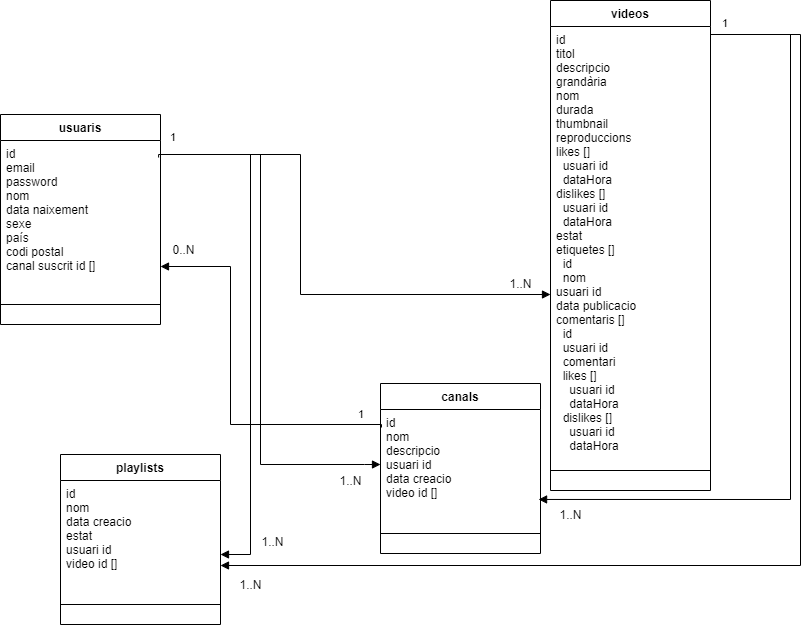
Above: youtube.drawio.png in fidelb/bActiva1 (draw.io), before the change. Source tidied: cells renumbered, new cells last; positions are measured from the earlier drawing's top-left corner, leaving out a move shared by most shapes. Its diagram source:
```xml
<mxGraphModel>
  <root>
    <mxCell id="0" />
    <mxCell id="1" parent="0" />
    <mxCell id="2" value="videos" style="swimlane;fontStyle=1;align=center;verticalAlign=top;horizontal=1;startSize=26;" parent="1" vertex="1">
      <mxGeometry x="600" width="160" height="490" as="geometry" />
    </mxCell>
    <mxCell id="3" value="id&#10;titol&#10;descripcio&#10;grandària&#10;nom&#10;durada&#10;thumbnail&#10;reproduccions&#10;likes []&#10;  usuari id&#10;  dataHora&#10;dislikes []&#10;  usuari id&#10;  dataHora&#10;estat&#10;etiquetes []&#10;  id&#10;  nom&#10;usuari id&#10;data publicacio&#10;comentaris []&#10;  id&#10;  usuari id&#10;  comentari&#10;  likes []&#10;    usuari id&#10;    dataHora&#10;  dislikes []&#10;    usuari id&#10;    dataHora&#10;" style="text;strokeColor=none;fillColor=none;align=left;verticalAlign=top;spacingLeft=4;spacingRight=4;overflow=hidden;" parent="2" vertex="1">
      <mxGeometry y="26" width="160" height="424" as="geometry" />
    </mxCell>
    <mxCell id="4" style="line;strokeWidth=1;fillColor=none;align=left;verticalAlign=middle;spacingTop=-1;spacingLeft=3;spacingRight=3;labelPosition=right;" parent="2" vertex="1">
      <mxGeometry y="450" width="160" height="40" as="geometry" />
    </mxCell>
    <mxCell id="5" value="1" style="edgeLabel;html=1;align=left;verticalAlign=bottom;" parent="1" vertex="1">
      <mxGeometry y="134" as="geometry">
        <mxPoint x="218" y="11" as="offset" />
      </mxGeometry>
    </mxCell>
    <mxCell id="6" value="playlists" style="swimlane;fontStyle=1;align=center;verticalAlign=top;horizontal=1;startSize=26;" parent="1" vertex="1">
      <mxGeometry x="110" y="454" width="160" height="170" as="geometry" />
    </mxCell>
    <mxCell id="7" value="id&#10;nom&#10;data creacio &#10;estat&#10;usuari id&#10;video id []&#10;" style="text;strokeColor=none;fillColor=none;align=left;verticalAlign=top;spacingLeft=4;spacingRight=4;overflow=hidden;" parent="6" vertex="1">
      <mxGeometry y="26" width="160" height="104" as="geometry" />
    </mxCell>
    <mxCell id="8" style="line;strokeWidth=1;fillColor=none;align=left;verticalAlign=middle;spacingTop=-1;spacingLeft=3;spacingRight=3;labelPosition=right;" parent="6" vertex="1">
      <mxGeometry y="130" width="160" height="40" as="geometry" />
    </mxCell>
    <mxCell id="9" value="usuaris" style="swimlane;fontStyle=1;align=center;verticalAlign=top;horizontal=1;startSize=26;" parent="1" vertex="1">
      <mxGeometry x="50" y="114" width="160" height="210" as="geometry" />
    </mxCell>
    <mxCell id="10" value="id&#10;email&#10;password&#10;nom &#10;data naixement&#10;sexe&#10;país&#10;codi postal&#10;canal suscrit id []" style="text;strokeColor=none;fillColor=none;align=left;verticalAlign=top;spacingLeft=4;spacingRight=4;overflow=hidden;points=[[0,0.5],[1,0.5]];portConstraint=eastwest;" parent="9" vertex="1">
      <mxGeometry y="26" width="160" height="144" as="geometry" />
    </mxCell>
    <mxCell id="11" style="line;strokeWidth=1;fillColor=none;align=left;verticalAlign=middle;spacingTop=-1;spacingLeft=3;spacingRight=3;labelPosition=right;" parent="9" vertex="1">
      <mxGeometry y="170" width="160" height="40" as="geometry" />
    </mxCell>
    <mxCell id="12" style="endArrow=block;endFill=1;html=1;edgeStyle=orthogonalEdgeStyle;align=left;verticalAlign=top;rounded=0;exitX=0.988;exitY=0.118;exitDx=0;exitDy=0;exitPerimeter=0;" parent="1" edge="1" source="10">
      <mxGeometry x="-1" relative="1" as="geometry">
        <mxPoint x="600" y="294" as="targetPoint" />
        <Array as="points">
          <mxPoint x="208" y="154" />
          <mxPoint x="350" y="154" />
          <mxPoint x="350" y="294" />
          <mxPoint x="600" y="294" />
        </Array>
      </mxGeometry>
    </mxCell>
    <mxCell id="13" value="canals" style="swimlane;fontStyle=1;align=center;verticalAlign=top;horizontal=1;startSize=26;" parent="1" vertex="1">
      <mxGeometry x="430" y="383" width="160" height="170" as="geometry" />
    </mxCell>
    <mxCell id="14" value="id&#10;nom&#10;descripcio&#10;usuari id&#10;data creacio&#10;video id []" style="text;strokeColor=none;fillColor=none;align=left;verticalAlign=top;spacingLeft=4;spacingRight=4;overflow=hidden;points=[[0,0.5],[1,0.5]];portConstraint=eastwest;" parent="13" vertex="1">
      <mxGeometry y="26" width="160" height="104" as="geometry" />
    </mxCell>
    <mxCell id="15" style="line;strokeWidth=1;fillColor=none;align=left;verticalAlign=middle;spacingTop=-1;spacingLeft=3;spacingRight=3;labelPosition=right;" parent="13" vertex="1">
      <mxGeometry y="130" width="160" height="40" as="geometry" />
    </mxCell>
    <mxCell id="16" style="endArrow=block;endFill=1;html=1;edgeStyle=orthogonalEdgeStyle;align=left;verticalAlign=top;rounded=0;" parent="1" edge="1">
      <mxGeometry x="-1" relative="1" as="geometry">
        <mxPoint x="220" y="154" as="sourcePoint" />
        <mxPoint x="430" y="464" as="targetPoint" />
        <Array as="points">
          <mxPoint x="310" y="154" />
          <mxPoint x="310" y="464" />
          <mxPoint x="414" y="464" />
        </Array>
      </mxGeometry>
    </mxCell>
    <mxCell id="17" value="1..N" style="text;html=1;align=center;verticalAlign=middle;fillColor=none;strokeColor=none;rounded=0;" parent="1" vertex="1">
      <mxGeometry x="550" y="273" width="40" height="20" as="geometry" />
    </mxCell>
    <mxCell id="18" value="1..N" style="text;html=1;align=center;verticalAlign=middle;fillColor=none;strokeColor=none;rounded=0;" parent="1" vertex="1">
      <mxGeometry x="380" y="470" width="40" height="20" as="geometry" />
    </mxCell>
    <mxCell id="19" value="1..N" style="text;html=1;align=center;verticalAlign=middle;fillColor=none;strokeColor=none;rounded=0;" parent="1" vertex="1">
      <mxGeometry x="302" y="531" width="40" height="20" as="geometry" />
    </mxCell>
    <mxCell id="20" style="endArrow=block;endFill=1;html=1;edgeStyle=orthogonalEdgeStyle;align=left;verticalAlign=top;rounded=0;" parent="1" edge="1">
      <mxGeometry x="-1" relative="1" as="geometry">
        <mxPoint x="210" y="154" as="sourcePoint" />
        <mxPoint x="270" y="554" as="targetPoint" />
        <Array as="points">
          <mxPoint x="300" y="154" />
          <mxPoint x="300" y="554" />
          <mxPoint x="270" y="554" />
        </Array>
      </mxGeometry>
    </mxCell>
    <mxCell id="21" style="endArrow=block;endFill=1;html=1;edgeStyle=orthogonalEdgeStyle;align=left;verticalAlign=top;rounded=0;" parent="1" edge="1">
      <mxGeometry x="-1" relative="1" as="geometry">
        <mxPoint x="760" y="34" as="sourcePoint" />
        <mxPoint x="270" y="565" as="targetPoint" />
        <Array as="points">
          <mxPoint x="850" y="34" />
          <mxPoint x="850" y="565" />
        </Array>
      </mxGeometry>
    </mxCell>
    <mxCell id="22" value="1..N" style="text;html=1;align=center;verticalAlign=middle;fillColor=none;strokeColor=none;rounded=0;" parent="1" vertex="1">
      <mxGeometry x="280" y="574" width="40" height="20" as="geometry" />
    </mxCell>
    <mxCell id="23" value="1" style="edgeLabel;html=1;align=left;verticalAlign=bottom;" parent="1" vertex="1">
      <mxGeometry x="552" y="20" as="geometry">
        <mxPoint x="218" y="11" as="offset" />
      </mxGeometry>
    </mxCell>
    <mxCell id="24" style="endArrow=block;endFill=1;html=1;edgeStyle=orthogonalEdgeStyle;align=left;verticalAlign=top;rounded=0;entryX=0.988;entryY=0.865;entryDx=0;entryDy=0;entryPerimeter=0;" parent="1" edge="1" target="14">
      <mxGeometry x="-1" relative="1" as="geometry">
        <mxPoint x="760" y="34" as="sourcePoint" />
        <Array as="points">
          <mxPoint x="840" y="34" />
          <mxPoint x="840" y="499" />
        </Array>
      </mxGeometry>
    </mxCell>
    <mxCell id="25" value="1..N" style="text;html=1;align=center;verticalAlign=middle;fillColor=none;strokeColor=none;rounded=0;" parent="1" vertex="1">
      <mxGeometry x="600" y="504" width="40" height="20" as="geometry" />
    </mxCell>
    <mxCell id="26" style="endArrow=block;endFill=1;html=1;edgeStyle=orthogonalEdgeStyle;align=left;verticalAlign=top;rounded=0;exitX=0.006;exitY=0.173;exitDx=0;exitDy=0;exitPerimeter=0;" parent="1" edge="1" source="14">
      <mxGeometry x="-1" relative="1" as="geometry">
        <mxPoint x="210" y="266" as="targetPoint" />
        <Array as="points">
          <mxPoint x="431" y="424" />
          <mxPoint x="280" y="424" />
          <mxPoint x="280" y="266" />
        </Array>
      </mxGeometry>
    </mxCell>
    <mxCell id="27" value="0..N" style="text;html=1;align=center;verticalAlign=middle;fillColor=none;strokeColor=none;rounded=0;" parent="1" vertex="1">
      <mxGeometry x="213" y="239" width="40" height="20" as="geometry" />
    </mxCell>
    <mxCell id="28" value="1" style="edgeLabel;html=1;align=left;verticalAlign=bottom;" parent="1" vertex="1">
      <mxGeometry x="188" y="411" as="geometry">
        <mxPoint x="218" y="11" as="offset" />
      </mxGeometry>
    </mxCell>
  </root>
</mxGraphModel>
```
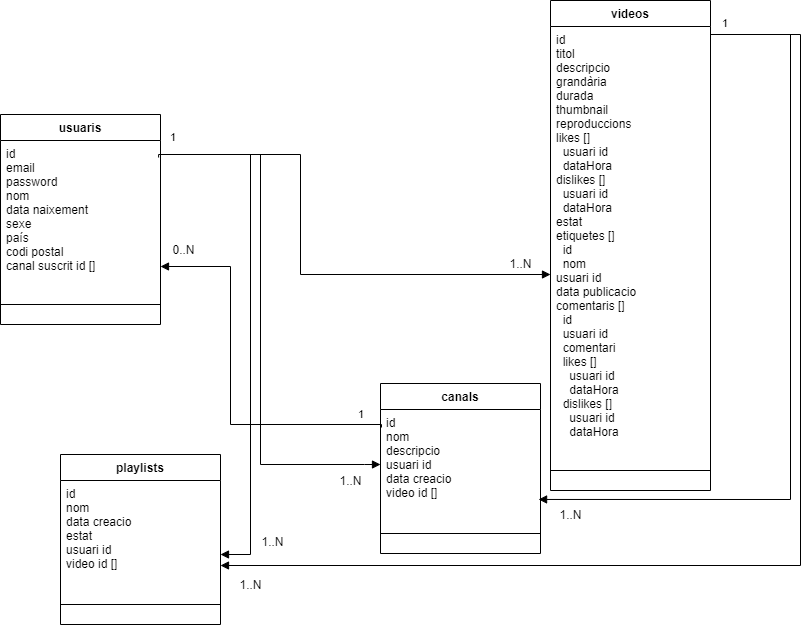
The same file after the commit.

Change to the diagram source:
```diff
@@ -5,7 +5,7 @@
     <mxCell id="2" value="videos" style="swimlane;fontStyle=1;align=center;verticalAlign=top;horizontal=1;startSize=26;" parent="1" vertex="1">
       <mxGeometry x="600" width="160" height="490" as="geometry" />
     </mxCell>
-    <mxCell id="3" value="id&#10;titol&#10;descripcio&#10;grandària&#10;nom&#10;durada&#10;thumbnail&#10;reproduccions&#10;likes []&#10;  usuari id&#10;  dataHora&#10;dislikes []&#10;  usuari id&#10;  dataHora&#10;estat&#10;etiquetes []&#10;  id&#10;  nom&#10;usuari id&#10;data publicacio&#10;comentaris []&#10;  id&#10;  usuari id&#10;  comentari&#10;  likes []&#10;    usuari id&#10;    dataHora&#10;  dislikes []&#10;    usuari id&#10;    dataHora&#10;" style="text;strokeColor=none;fillColor=none;align=left;verticalAlign=top;spacingLeft=4;spacingRight=4;overflow=hidden;" parent="2" vertex="1">
+    <mxCell id="3" value="id&#10;titol&#10;descripcio&#10;grandària&#10;durada&#10;thumbnail&#10;reproduccions&#10;likes []&#10;  usuari id&#10;  dataHora&#10;dislikes []&#10;  usuari id&#10;  dataHora&#10;estat&#10;etiquetes []&#10;  id&#10;  nom&#10;usuari id&#10;data publicacio&#10;comentaris []&#10;  id&#10;  usuari id&#10;  comentari&#10;  likes []&#10;    usuari id&#10;    dataHora&#10;  dislikes []&#10;    usuari id&#10;    dataHora&#10;" style="text;strokeColor=none;fillColor=none;align=left;verticalAlign=top;spacingLeft=4;spacingRight=4;overflow=hidden;" parent="2" vertex="1">
       <mxGeometry y="26" width="160" height="424" as="geometry" />
     </mxCell>
     <mxCell id="4" style="line;strokeWidth=1;fillColor=none;align=left;verticalAlign=middle;spacingTop=-1;spacingLeft=3;spacingRight=3;labelPosition=right;" parent="2" vertex="1">
@@ -36,12 +36,11 @@
     </mxCell>
     <mxCell id="12" style="endArrow=block;endFill=1;html=1;edgeStyle=orthogonalEdgeStyle;align=left;verticalAlign=top;rounded=0;exitX=0.988;exitY=0.118;exitDx=0;exitDy=0;exitPerimeter=0;" parent="1" edge="1" source="10">
       <mxGeometry x="-1" relative="1" as="geometry">
-        <mxPoint x="600" y="294" as="targetPoint" />
+        <mxPoint x="600" y="274" as="targetPoint" />
         <Array as="points">
           <mxPoint x="208" y="154" />
           <mxPoint x="350" y="154" />
-          <mxPoint x="350" y="294" />
-          <mxPoint x="600" y="294" />
+          <mxPoint x="350" y="274" />
         </Array>
       </mxGeometry>
     </mxCell>
@@ -66,7 +65,7 @@
       </mxGeometry>
     </mxCell>
     <mxCell id="17" value="1..N" style="text;html=1;align=center;verticalAlign=middle;fillColor=none;strokeColor=none;rounded=0;" parent="1" vertex="1">
-      <mxGeometry x="550" y="273" width="40" height="20" as="geometry" />
+      <mxGeometry x="550" y="253" width="40" height="20" as="geometry" />
     </mxCell>
     <mxCell id="18" value="1..N" style="text;html=1;align=center;verticalAlign=middle;fillColor=none;strokeColor=none;rounded=0;" parent="1" vertex="1">
       <mxGeometry x="380" y="470" width="40" height="20" as="geometry" />
```
